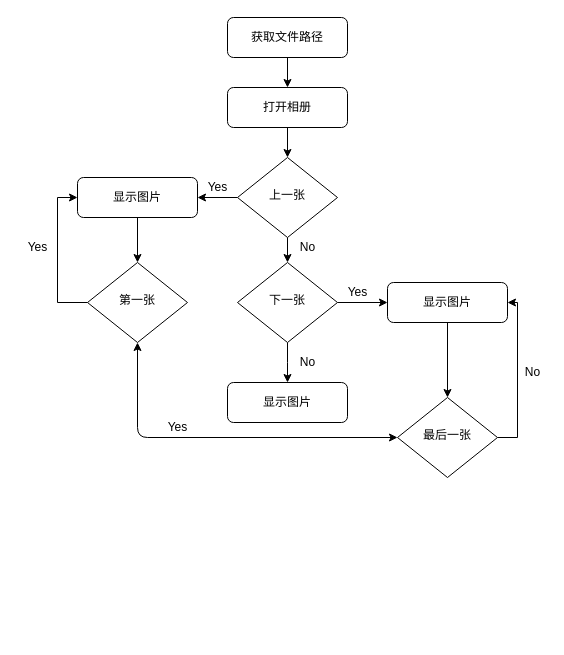
This is Untitled Diagram.drawio from Firefly-m/firefly1053509482, a draw.io file, before an edit. Source tidied: cells renumbered, new cells numbered last; positions are measured from the earlier drawing's top-left corner, leaving out a move shared by most shapes. Both pictures are drawn from the tidied source at 100%, with x=0, y=0 at pixel (17, 17).
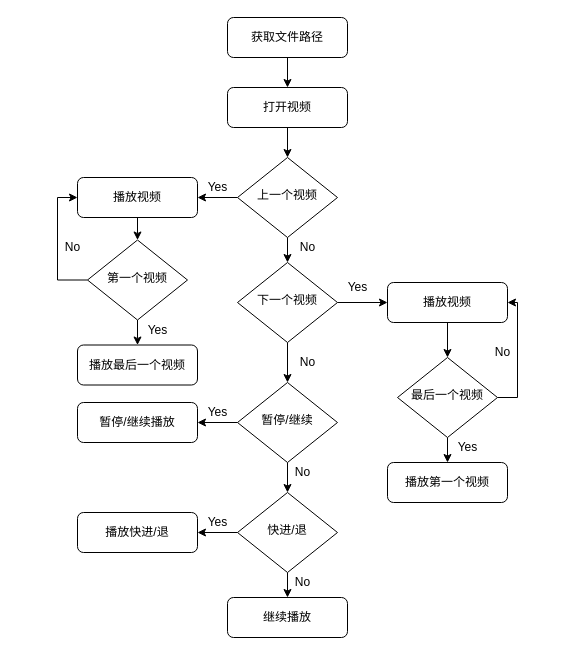
Above is the later version.

What changed in the source:
```diff
@@
-    <mxCell id="3" value="打开相册" style="rounded=1;whiteSpace=wrap;html=1;fontSize=12;glass=0;strokeWidth=1;shadow=0;" parent="1" vertex="1">
+    <mxCell id="3" value="打开视频" style="rounded=1;whiteSpace=wrap;html=1;fontSize=12;glass=0;strokeWidth=1;shadow=0;" parent="1" vertex="1">
       <mxGeometry x="210" y="70" width="120" height="40" as="geometry" />
     </mxCell>
-    <mxCell id="4" style="edgeStyle=orthogonalEdgeStyle;rounded=0;jettySize=auto;html=1;exitX=1;exitY=0.5;exitDx=0;exitDy=0;entryX=0;entryY=0.5;entryDx=0;entryDy=0;" parent="1" edge="1" source="6" target="8">
+    <mxCell id="4" style="edgeStyle=orthogonalEdgeStyle;rounded=0;jettySize=auto;html=1;exitX=1;exitY=0.5;exitDx=0;exitDy=0;entryX=0;entryY=0.5;entryDx=0;entryDy=0;" parent="1" edge="1" source="6" target="44">
       <mxGeometry relative="1" as="geometry" />
     </mxCell>
-    <mxCell id="5" style="edgeStyle=orthogonalEdgeStyle;rounded=0;jettySize=auto;html=1;exitX=0.5;exitY=1;exitDx=0;exitDy=0;entryX=0.5;entryY=0;entryDx=0;entryDy=0;" parent="1" edge="1" source="6">
-      <mxGeometry relative="1" as="geometry">
-        <mxPoint x="270" y="365" as="targetPoint" />
-      </mxGeometry>
+    <mxCell id="5" style="edgeStyle=orthogonalEdgeStyle;rounded=0;jettySize=auto;html=1;exitX=0.5;exitY=1;exitDx=0;exitDy=0;entryX=0.5;entryY=0;entryDx=0;entryDy=0;" parent="1" edge="1" source="6" target="31">
+      <mxGeometry relative="1" as="geometry" />
     </mxCell>
-    <mxCell id="6" value="下一张" style="rhombus;whiteSpace=wrap;html=1;shadow=0;fontFamily=Helvetica;fontSize=12;align=center;strokeWidth=1;spacing=6;spacingTop=-4;" parent="1" vertex="1">
+    <mxCell id="6" value="下一个视频" style="rhombus;whiteSpace=wrap;html=1;shadow=0;fontFamily=Helvetica;fontSize=12;align=center;strokeWidth=1;spacing=6;spacingTop=-4;" parent="1" vertex="1">
       <mxGeometry x="220" y="245" width="100" height="80" as="geometry" />
     </mxCell>
-    <mxCell id="7" style="edgeStyle=orthogonalEdgeStyle;rounded=0;jettySize=auto;html=1;exitX=0.5;exitY=1;exitDx=0;exitDy=0;entryX=0.5;entryY=0;entryDx=0;entryDy=0;" parent="1" edge="1" source="8" target="25">
-      <mxGeometry relative="1" as="geometry" />
-    </mxCell>
-    <mxCell id="8" value="显示图片" style="rounded=1;whiteSpace=wrap;html=1;fontSize=12;glass=0;strokeWidth=1;shadow=0;" parent="1" vertex="1">
-      <mxGeometry x="370" y="265" width="120" height="40" as="geometry" />
-    </mxCell>
+    <mxCell id="29" style="edgeStyle=orthogonalEdgeStyle;rounded=0;jettySize=auto;html=1;exitX=0.5;exitY=1;exitDx=0;exitDy=0;entryX=0.5;entryY=0;entryDx=0;entryDy=0;" parent="1" edge="1" source="31">
+      <mxGeometry relative="1" as="geometry">
+        <mxPoint x="270" y="475" as="targetPoint" />
+      </mxGeometry>
+    </mxCell>
+    <mxCell id="30" style="edgeStyle=orthogonalEdgeStyle;rounded=0;jettySize=auto;html=1;exitX=0;exitY=0.5;exitDx=0;exitDy=0;entryX=1;entryY=0.5;entryDx=0;entryDy=0;" parent="1" edge="1" source="31" target="52">
+      <mxGeometry relative="1" as="geometry" />
+    </mxCell>
+    <mxCell id="31" value="暂停/继续" style="rhombus;whiteSpace=wrap;html=1;shadow=0;fontFamily=Helvetica;fontSize=12;align=center;strokeWidth=1;spacing=6;spacingTop=-4;" parent="1" vertex="1">
+      <mxGeometry x="220" y="365" width="100" height="80" as="geometry" />
+    </mxCell>
+    <mxCell id="32" value="继续播放" style="rounded=1;whiteSpace=wrap;html=1;fontSize=12;glass=0;strokeWidth=1;shadow=0;" parent="1" vertex="1">
+      <mxGeometry x="210" y="580" width="120" height="40" as="geometry" />
+    </mxCell>
@@
     <mxCell id="11" value="Yes" style="text;html=1;align=center;verticalAlign=middle;" parent="1" vertex="1">
-      <mxGeometry x="320" y="265" width="40" height="20" as="geometry" />
+      <mxGeometry x="320" y="260" width="40" height="20" as="geometry" />
     </mxCell>
@@
-    <mxCell id="13" value="No" style="text;html=1;align=center;verticalAlign=middle;" parent="1" vertex="1">
-      <mxGeometry x="500" y="345" width="30" height="20" as="geometry" />
-    </mxCell>
+    <mxCell id="33" value="No" style="text;html=1;align=center;verticalAlign=middle;" parent="1" vertex="1">
+      <mxGeometry x="270" y="445" width="30" height="20" as="geometry" />
+    </mxCell>
+    <mxCell id="34" style="edgeStyle=orthogonalEdgeStyle;rounded=0;jettySize=auto;html=1;exitX=0.5;exitY=1;exitDx=0;exitDy=0;entryX=0.5;entryY=0;entryDx=0;entryDy=0;" parent="1" edge="1" source="36" target="32">
+      <mxGeometry relative="1" as="geometry" />
+    </mxCell>
+    <mxCell id="35" style="edgeStyle=orthogonalEdgeStyle;rounded=0;jettySize=auto;html=1;exitX=0;exitY=0.5;exitDx=0;exitDy=0;entryX=1;entryY=0.5;entryDx=0;entryDy=0;" parent="1" edge="1" source="36" target="53">
+      <mxGeometry relative="1" as="geometry" />
+    </mxCell>
+    <mxCell id="36" value="快进/退" style="rhombus;whiteSpace=wrap;html=1;shadow=0;fontFamily=Helvetica;fontSize=12;align=center;strokeWidth=1;spacing=6;spacingTop=-4;" parent="1" vertex="1">
+      <mxGeometry x="220" y="475" width="100" height="80" as="geometry" />
+    </mxCell>
     <mxCell id="14" value="Yes" style="text;html=1;align=center;verticalAlign=middle;" parent="1" vertex="1">
-      <mxGeometry x="140" y="400" width="40" height="20" as="geometry" />
+      <mxGeometry x="430" y="420" width="40" height="20" as="geometry" />
     </mxCell>
@@
-    <mxCell id="16" style="edgeStyle=orthogonalEdgeStyle;rounded=0;jettySize=auto;html=1;exitX=0;exitY=0.5;exitDx=0;exitDy=0;entryX=1;entryY=0.5;entryDx=0;entryDy=0;" parent="1" edge="1" source="17" target="21">
+    <mxCell id="16" style="edgeStyle=orthogonalEdgeStyle;rounded=0;jettySize=auto;html=1;exitX=0;exitY=0.5;exitDx=0;exitDy=0;entryX=1;entryY=0.5;entryDx=0;entryDy=0;" parent="1" edge="1" source="17" target="41">
       <mxGeometry relative="1" as="geometry" />
     </mxCell>
-    <mxCell id="17" value="上一张" style="rhombus;whiteSpace=wrap;html=1;shadow=0;fontFamily=Helvetica;fontSize=12;align=center;strokeWidth=1;spacing=6;spacingTop=-4;" parent="1" vertex="1">
+    <mxCell id="17" value="上一个视频" style="rhombus;whiteSpace=wrap;html=1;shadow=0;fontFamily=Helvetica;fontSize=12;align=center;strokeWidth=1;spacing=6;spacingTop=-4;" parent="1" vertex="1">
       <mxGeometry x="220" y="140" width="100" height="80" as="geometry" />
     </mxCell>
@@
-    <mxCell id="20" style="edgeStyle=orthogonalEdgeStyle;rounded=0;jettySize=auto;html=1;exitX=0.5;exitY=1;exitDx=0;exitDy=0;entryX=0.5;entryY=0;entryDx=0;entryDy=0;" parent="1" edge="1" source="21" target="23">
-      <mxGeometry relative="1" as="geometry" />
-    </mxCell>
-    <mxCell id="21" value="显示图片" style="rounded=1;whiteSpace=wrap;html=1;fontSize=12;glass=0;strokeWidth=1;shadow=0;" parent="1" vertex="1">
-      <mxGeometry x="60" y="160" width="120" height="40" as="geometry" />
-    </mxCell>
-    <mxCell id="22" style="edgeStyle=orthogonalEdgeStyle;rounded=0;jettySize=auto;html=1;exitX=0;exitY=0.5;exitDx=0;exitDy=0;entryX=0;entryY=0.5;entryDx=0;entryDy=0;" parent="1" edge="1" source="23" target="21">
-      <mxGeometry relative="1" as="geometry" />
-    </mxCell>
-    <mxCell id="23" value="第一张" style="rhombus;whiteSpace=wrap;html=1;shadow=0;fontFamily=Helvetica;fontSize=12;align=center;strokeWidth=1;spacing=6;spacingTop=-4;" parent="1" vertex="1">
-      <mxGeometry x="70" y="245" width="100" height="80" as="geometry" />
-    </mxCell>
-    <mxCell id="24" style="edgeStyle=orthogonalEdgeStyle;rounded=0;jettySize=auto;html=1;exitX=1;exitY=0.5;exitDx=0;exitDy=0;entryX=1;entryY=0.5;entryDx=0;entryDy=0;" parent="1" edge="1" source="25" target="8">
-      <mxGeometry relative="1" as="geometry" />
-    </mxCell>
-    <mxCell id="25" value="最后一张" style="rhombus;whiteSpace=wrap;html=1;shadow=0;fontFamily=Helvetica;fontSize=12;align=center;strokeWidth=1;spacing=6;spacingTop=-4;" parent="1" vertex="1">
-      <mxGeometry x="380" y="380" width="100" height="80" as="geometry" />
-    </mxCell>
-    <mxCell id="26" value="显示图片" style="rounded=1;whiteSpace=wrap;html=1;fontSize=12;glass=0;strokeWidth=1;shadow=0;" parent="1" vertex="1">
-      <mxGeometry x="210" y="365" width="120" height="40" as="geometry" />
-    </mxCell>
-    <mxCell id="27" style="endArrow=classic;startArrow=classic;html=1;entryX=0;entryY=0.5;entryDx=0;entryDy=0;exitX=0.5;exitY=1;exitDx=0;exitDy=0;" parent="1" edge="1" source="23" target="25">
-      <mxGeometry relative="1" as="geometry">
-        <Array as="points">
-          <mxPoint x="120" y="420" />
-        </Array>
-      </mxGeometry>
-    </mxCell>
-    <mxCell id="28" value="Yes" style="text;html=1;align=center;verticalAlign=middle;" parent="1" vertex="1">
-      <mxGeometry y="220" width="40" height="20" as="geometry" />
-    </mxCell>
+    <mxCell id="37" style="edgeStyle=orthogonalEdgeStyle;rounded=0;jettySize=auto;html=1;exitX=0;exitY=0.5;exitDx=0;exitDy=0;entryX=0;entryY=0.5;entryDx=0;entryDy=0;" parent="1" edge="1" source="39" target="41">
+      <mxGeometry relative="1" as="geometry" />
+    </mxCell>
+    <mxCell id="38" style="edgeStyle=orthogonalEdgeStyle;rounded=0;jettySize=auto;html=1;exitX=0.5;exitY=1;exitDx=0;exitDy=0;entryX=0.5;entryY=0;entryDx=0;entryDy=0;" parent="1" edge="1" source="39" target="45">
+      <mxGeometry relative="1" as="geometry" />
+    </mxCell>
+    <mxCell id="39" value="第一个视频" style="rhombus;whiteSpace=wrap;html=1;shadow=0;fontFamily=Helvetica;fontSize=12;align=center;strokeWidth=1;spacing=6;spacingTop=-4;" parent="1" vertex="1">
+      <mxGeometry x="70" y="222.5" width="100" height="80" as="geometry" />
+    </mxCell>
+    <mxCell id="40" style="edgeStyle=orthogonalEdgeStyle;rounded=0;jettySize=auto;html=1;exitX=0.5;exitY=1;exitDx=0;exitDy=0;entryX=0.5;entryY=0;entryDx=0;entryDy=0;" parent="1" edge="1" source="41" target="39">
+      <mxGeometry relative="1" as="geometry" />
+    </mxCell>
+    <mxCell id="41" value="播放视频" style="rounded=1;whiteSpace=wrap;html=1;fontSize=12;glass=0;strokeWidth=1;shadow=0;" parent="1" vertex="1">
+      <mxGeometry x="60" y="160" width="120" height="40" as="geometry" />
+    </mxCell>
+    <mxCell id="42" value="No" style="text;html=1;align=center;verticalAlign=middle;" parent="1" vertex="1">
+      <mxGeometry x="40" y="220" width="30" height="20" as="geometry" />
+    </mxCell>
+    <mxCell id="43" style="edgeStyle=orthogonalEdgeStyle;rounded=0;jettySize=auto;html=1;exitX=0.5;exitY=1;exitDx=0;exitDy=0;entryX=0.5;entryY=0;entryDx=0;entryDy=0;" parent="1" edge="1" source="44" target="50">
+      <mxGeometry relative="1" as="geometry" />
+    </mxCell>
+    <mxCell id="44" value="播放视频" style="rounded=1;whiteSpace=wrap;html=1;fontSize=12;glass=0;strokeWidth=1;shadow=0;" parent="1" vertex="1">
+      <mxGeometry x="370" y="265" width="120" height="40" as="geometry" />
+    </mxCell>
+    <mxCell id="45" value="播放最后一个视频" style="rounded=1;whiteSpace=wrap;html=1;fontSize=12;glass=0;strokeWidth=1;shadow=0;" parent="1" vertex="1">
+      <mxGeometry x="60" y="327.5" width="120" height="40" as="geometry" />
+    </mxCell>
+    <mxCell id="46" value="Yes" style="text;html=1;align=center;verticalAlign=middle;" parent="1" vertex="1">
+      <mxGeometry x="120" y="302.5" width="40" height="20" as="geometry" />
+    </mxCell>
+    <mxCell id="47" value="No" style="text;html=1;align=center;verticalAlign=middle;" parent="1" vertex="1">
+      <mxGeometry x="270" y="555" width="30" height="20" as="geometry" />
+    </mxCell>
+    <mxCell id="48" style="edgeStyle=orthogonalEdgeStyle;rounded=0;jettySize=auto;html=1;exitX=0.5;exitY=1;exitDx=0;exitDy=0;entryX=0.5;entryY=0;entryDx=0;entryDy=0;" parent="1" edge="1" source="50" target="51">
+      <mxGeometry relative="1" as="geometry" />
+    </mxCell>
+    <mxCell id="49" style="edgeStyle=orthogonalEdgeStyle;rounded=0;jettySize=auto;html=1;exitX=1;exitY=0.5;exitDx=0;exitDy=0;entryX=1;entryY=0.5;entryDx=0;entryDy=0;" parent="1" edge="1" source="50" target="44">
+      <mxGeometry relative="1" as="geometry" />
+    </mxCell>
+    <mxCell id="50" value="最后一个视频" style="rhombus;whiteSpace=wrap;html=1;shadow=0;fontFamily=Helvetica;fontSize=12;align=center;strokeWidth=1;spacing=6;spacingTop=-4;" parent="1" vertex="1">
+      <mxGeometry x="380" y="340" width="100" height="80" as="geometry" />
+    </mxCell>
+    <mxCell id="51" value="播放第一个视频" style="rounded=1;whiteSpace=wrap;html=1;fontSize=12;glass=0;strokeWidth=1;shadow=0;" parent="1" vertex="1">
+      <mxGeometry x="370" y="445" width="120" height="40" as="geometry" />
+    </mxCell>
+    <mxCell id="13" value="No" style="text;html=1;align=center;verticalAlign=middle;" parent="1" vertex="1">
+      <mxGeometry x="470" y="325" width="30" height="20" as="geometry" />
+    </mxCell>
+    <mxCell id="52" value="暂停/继续播放" style="rounded=1;whiteSpace=wrap;html=1;fontSize=12;glass=0;strokeWidth=1;shadow=0;" parent="1" vertex="1">
+      <mxGeometry x="60" y="385" width="120" height="40" as="geometry" />
+    </mxCell>
+    <mxCell id="53" value="播放快进/退" style="rounded=1;whiteSpace=wrap;html=1;fontSize=12;glass=0;strokeWidth=1;shadow=0;" parent="1" vertex="1">
+      <mxGeometry x="60" y="495" width="120" height="40" as="geometry" />
+    </mxCell>
+    <mxCell id="54" value="Yes" style="text;html=1;align=center;verticalAlign=middle;" parent="1" vertex="1">
+      <mxGeometry x="180" y="495" width="40" height="20" as="geometry" />
+    </mxCell>
+    <mxCell id="55" value="Yes" style="text;html=1;align=center;verticalAlign=middle;" parent="1" vertex="1">
+      <mxGeometry x="180" y="385" width="40" height="20" as="geometry" />
+    </mxCell>
```
